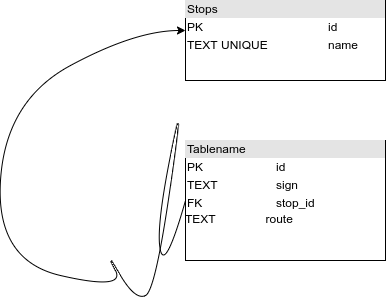
Earlier version of the draw.io export projekti/HSLGatherer/dokumentaatio/kuvat/tables.png (Faktatykki/HSL-gatherer). Source tidied: cells renumbered, new cells last; positions are measured from the earlier drawing's top-left corner, leaving out a move shared by most shapes.
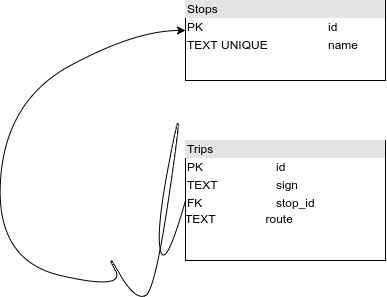
Above is the later version.

What changed in the source:
```diff
@@ -5,7 +5,7 @@
     <mxCell id="2" value="&lt;div style=&quot;box-sizing: border-box ; width: 100% ; background: #e4e4e4 ; padding: 2px&quot;&gt;Stops&lt;/div&gt;&lt;table style=&quot;width: 100% ; font-size: 1em&quot; cellpadding=&quot;2&quot; cellspacing=&quot;0&quot;&gt;&lt;tbody&gt;&lt;tr&gt;&lt;td&gt;PK&lt;/td&gt;&lt;td&gt;id&lt;/td&gt;&lt;/tr&gt;&lt;tr&gt;&lt;td&gt;TEXT UNIQUE&lt;/td&gt;&lt;td&gt;name&lt;/td&gt;&lt;/tr&gt;&lt;tr&gt;&lt;td&gt;&lt;/td&gt;&lt;td&gt;&lt;br&gt;&lt;/td&gt;&lt;/tr&gt;&lt;/tbody&gt;&lt;/table&gt;" style="verticalAlign=top;align=left;overflow=fill;html=1;" parent="1" vertex="1">
       <mxGeometry x="190" width="200" height="80" as="geometry" />
     </mxCell>
-    <mxCell id="3" value="&lt;div style=&quot;box-sizing: border-box ; width: 100% ; background: #e4e4e4 ; padding: 2px&quot;&gt;Tablename&lt;/div&gt;&lt;table style=&quot;width: 100% ; font-size: 1em&quot; cellpadding=&quot;2&quot; cellspacing=&quot;0&quot;&gt;&lt;tbody&gt;&lt;tr&gt;&lt;td&gt;PK&lt;/td&gt;&lt;td&gt;id&lt;/td&gt;&lt;/tr&gt;&lt;tr&gt;&lt;td&gt;TEXT&lt;/td&gt;&lt;td&gt;sign&lt;/td&gt;&lt;/tr&gt;&lt;tr&gt;&lt;td&gt;FK&lt;/td&gt;&lt;td&gt;stop_id&lt;br&gt;&lt;/td&gt;&lt;/tr&gt;&lt;/tbody&gt;&lt;/table&gt;TEXT&amp;nbsp; &amp;nbsp; &amp;nbsp; &amp;nbsp; &amp;nbsp; &amp;nbsp; &amp;nbsp; &amp;nbsp;route" style="verticalAlign=top;align=left;overflow=fill;html=1;" parent="1" vertex="1">
+    <mxCell id="3" value="&lt;div style=&quot;box-sizing: border-box ; width: 100% ; background: #e4e4e4 ; padding: 2px&quot;&gt;Trips&lt;/div&gt;&lt;table style=&quot;width: 100% ; font-size: 1em&quot; cellpadding=&quot;2&quot; cellspacing=&quot;0&quot;&gt;&lt;tbody&gt;&lt;tr&gt;&lt;td&gt;PK&lt;/td&gt;&lt;td&gt;id&lt;/td&gt;&lt;/tr&gt;&lt;tr&gt;&lt;td&gt;TEXT&lt;/td&gt;&lt;td&gt;sign&lt;/td&gt;&lt;/tr&gt;&lt;tr&gt;&lt;td&gt;FK&lt;/td&gt;&lt;td&gt;stop_id&lt;br&gt;&lt;/td&gt;&lt;/tr&gt;&lt;/tbody&gt;&lt;/table&gt;TEXT&amp;nbsp; &amp;nbsp; &amp;nbsp; &amp;nbsp; &amp;nbsp; &amp;nbsp; &amp;nbsp; &amp;nbsp;route" style="verticalAlign=top;align=left;overflow=fill;html=1;" parent="1" vertex="1">
       <mxGeometry x="190" y="140" width="200" height="120" as="geometry" />
     </mxCell>
     <mxCell id="4" style="curved=1;endArrow=classic;html=1;exitX=0;exitY=0.5;exitDx=0;exitDy=0;" parent="1" edge="1" source="3">
```
